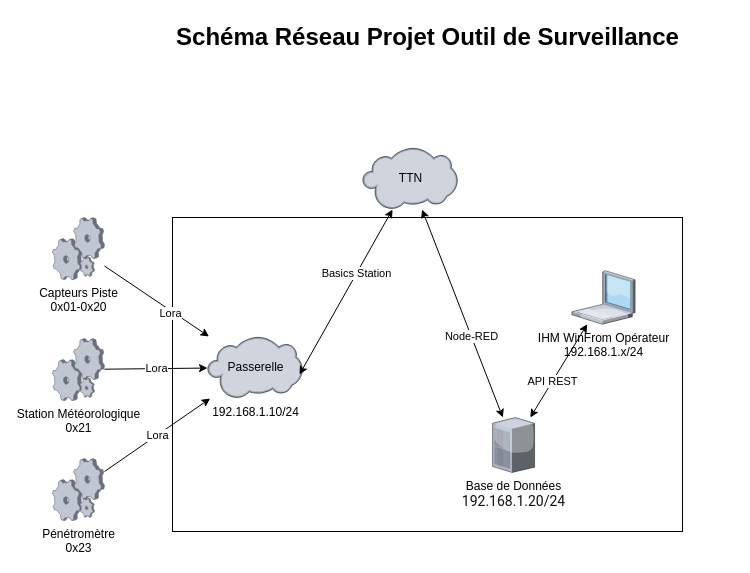
Above: documentation/Schéma Réseau.drawio in ToGen49/Hippodrome (draw.io), before the change. Source tidied: cells renumbered, new cells numbered last; positions are measured from the earlier drawing's top-left corner, leaving out a move shared by most shapes. Both pictures are drawn from the tidied source at 100%, with x=0, y=0 at pixel (52, 17).
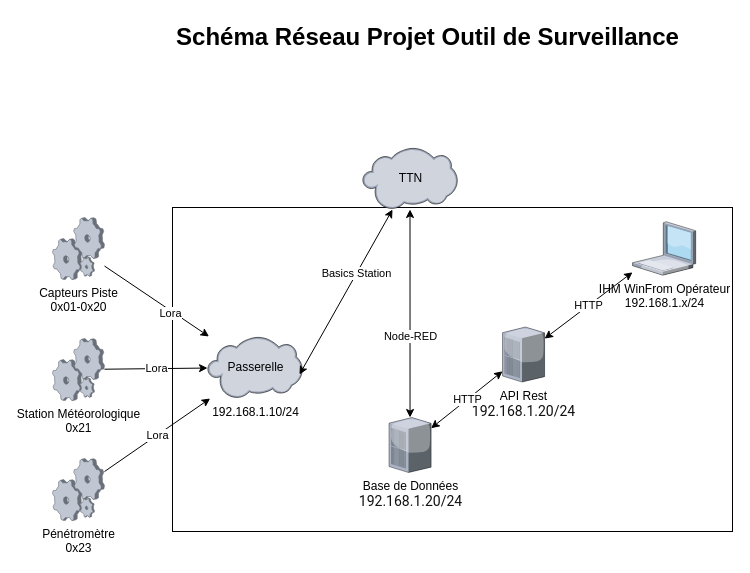
The same diagram, later.

Commit message:
Mettre à jour Schéma Réseau.drawio

The edit, as a diff of the source:
```diff
@@
     <mxCell id="2" style="rounded=0;whiteSpace=wrap;html=1;" parent="1" vertex="1">
-      <mxGeometry x="120" y="200" width="510" height="314" as="geometry" />
+      <mxGeometry x="120" y="190" width="560" height="324" as="geometry" />
     </mxCell>
@@
     <mxCell id="4" value="IHM WinFrom Opérateur&lt;div&gt;192.168.1.x/24&lt;/div&gt;" style="verticalLabelPosition=bottom;sketch=0;html=1;verticalAlign=top;strokeColor=none;align=center;outlineConnect=0;shape=mxgraph.citrix.laptop_1;" parent="1" vertex="1">
-      <mxGeometry x="519.4" y="253.2" width="63.2" height="53.5" as="geometry" />
+      <mxGeometry x="580" y="204.2" width="63.2" height="53.5" as="geometry" />
     </mxCell>
@@
     <mxCell id="14" value="Base de Données&lt;br&gt;&lt;div&gt;&lt;span style=&quot;color: rgb(17, 17, 17); font-family: Roboto, Helvetica, sans-serif; font-size: 14px; text-align: left; text-wrap-mode: wrap; background-color: rgb(255, 255, 255);&quot;&gt;192.168.1.20/24&lt;/span&gt;&lt;/div&gt;" style="verticalLabelPosition=bottom;sketch=0;html=1;verticalAlign=top;strokeColor=none;align=center;outlineConnect=0;shape=mxgraph.citrix.pbx_server;" parent="1" vertex="1">
-      <mxGeometry x="440" y="400" width="42.1" height="55" as="geometry" />
+      <mxGeometry x="336.5" y="400" width="42.1" height="55" as="geometry" />
     </mxCell>
-    <mxCell id="15" value="API REST" style="endArrow=classic;startArrow=classic;html=1;rounded=0;" parent="1" edge="1" source="4" target="14">
-      <mxGeometry x="0.22" relative="1" as="geometry" />
-    </mxCell>
@@
+    <mxCell id="20" value="API Rest&lt;br&gt;&lt;div&gt;&lt;span style=&quot;color: rgb(17, 17, 17); font-family: Roboto, Helvetica, sans-serif; font-size: 14px; text-align: left; text-wrap-mode: wrap; background-color: rgb(255, 255, 255);&quot;&gt;192.168.1.20/24&lt;/span&gt;&lt;/div&gt;" style="verticalLabelPosition=bottom;sketch=0;html=1;verticalAlign=top;strokeColor=none;align=center;outlineConnect=0;shape=mxgraph.citrix.pbx_server;" parent="1" vertex="1">
+      <mxGeometry x="450" y="309.5" width="42.1" height="55" as="geometry" />
+    </mxCell>
+    <mxCell id="21" value="HTTP" style="endArrow=classic;startArrow=classic;html=1;rounded=0;" parent="1" edge="1" source="14" target="20">
+      <mxGeometry relative="1" as="geometry" />
+    </mxCell>
+    <mxCell id="22" value="HTTP" style="endArrow=classic;startArrow=classic;html=1;rounded=0;" parent="1" edge="1" source="20" target="4">
+      <mxGeometry relative="1" as="geometry" />
+    </mxCell>
```
